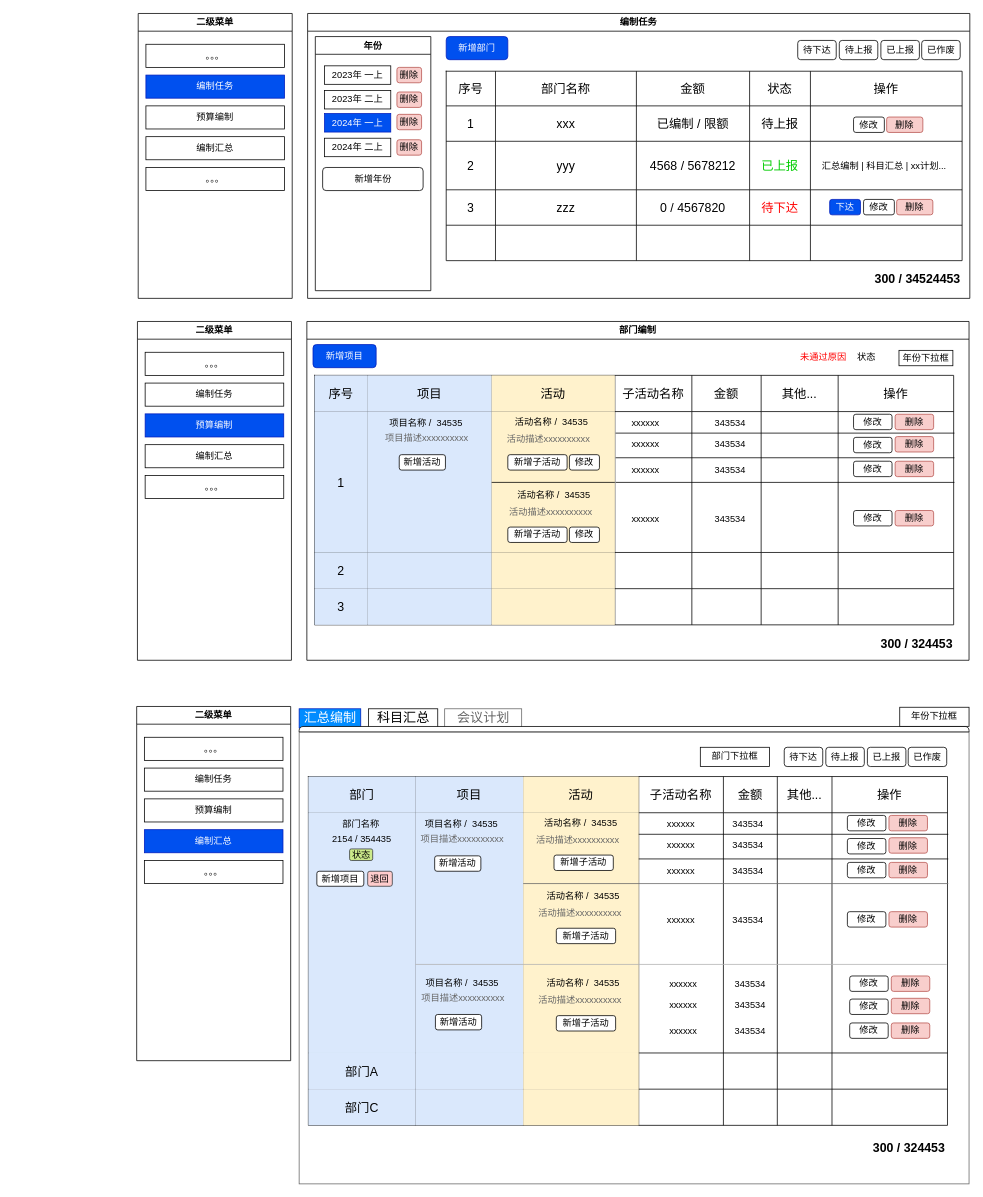
bxjg1987/abpGeneralModules keeps this draw.io diagram as 编制财务.drawio. Above is the earlier version. Source tidied: cells renumbered, new cells numbered last; positions are measured from the earlier drawing's top-left corner, leaving out a move shared by most shapes. Both pictures are drawn from the tidied source at 77%, with x=0, y=0 at pixel (136, 13).
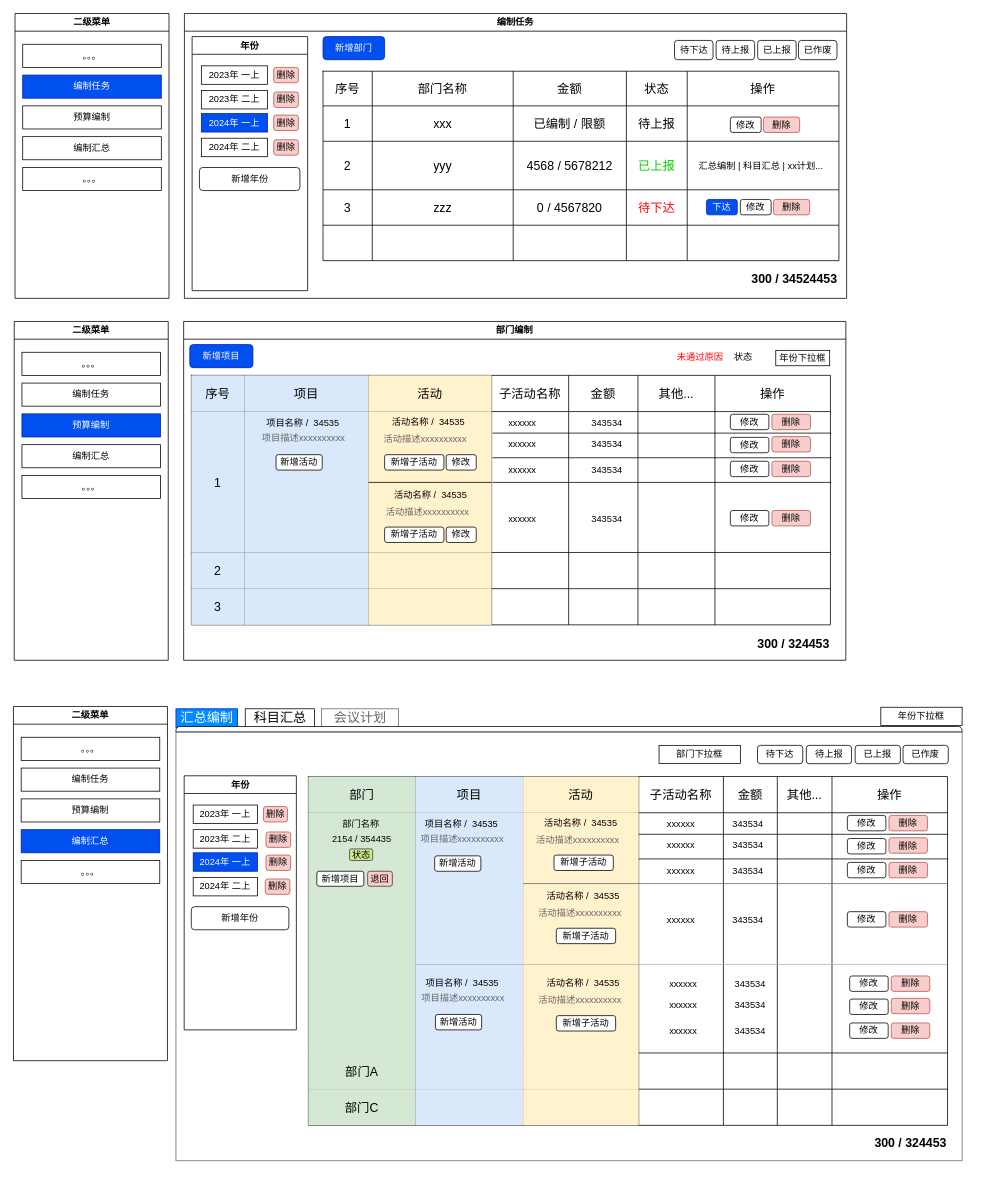
Above is the later version.

Commit message (it also covers changes not shown here):
更新编制财务.drawio

Unchanged cells that the change refers to:
```xml
<mxCell id="39" value="年份" style="swimlane;whiteSpace=wrap;html=1;" parent="2" vertex="1">
  <mxGeometry x="10" y="30" width="150" height="330" as="geometry" />
</mxCell>
<mxCell id="157" style="shape=tableRow;horizontal=0;startSize=0;swimlaneHead=0;swimlaneBody=0;strokeColor=inherit;top=0;left=0;bottom=0;right=0;fillColor=none;fontSize=16;" parent="156" vertex="1">
  <mxGeometry width="830" height="47" as="geometry" />
</mxCell>
<mxCell id="165" style="shape=tableRow;horizontal=0;startSize=0;swimlaneHead=0;swimlaneBody=0;strokeColor=inherit;top=0;left=0;bottom=0;right=0;fillColor=none;fontSize=16;" parent="156" vertex="1">
  <mxGeometry y="47" width="830" height="312" as="geometry" />
</mxCell>
<mxCell id="173" style="shape=tableRow;horizontal=0;startSize=0;swimlaneHead=0;swimlaneBody=0;strokeColor=inherit;top=0;left=0;bottom=0;right=0;fillColor=none;fontSize=16;" parent="156" vertex="1">
  <mxGeometry y="359" width="830" height="47" as="geometry" />
</mxCell>
<mxCell id="181" style="shape=tableRow;horizontal=0;startSize=0;swimlaneHead=0;swimlaneBody=0;strokeColor=inherit;top=0;left=0;bottom=0;right=0;fillColor=none;fontSize=16;" parent="156" vertex="1">
  <mxGeometry y="406" width="830" height="47" as="geometry" />
</mxCell>
```

Diff of the diagram source:
```diff
@@
     <mxCell id="2" value="编制任务" style="swimlane;whiteSpace=wrap;html=1;" parent="1" vertex="1">
-      <mxGeometry x="222" width="860" height="370" as="geometry" />
+      <mxGeometry x="62" width="860" height="370" as="geometry" />
     </mxCell>
@@
+    <mxCell id="153" value="删除" style="rounded=1;whiteSpace=wrap;html=1;fillColor=#f8cecc;strokeColor=#b85450;" parent="39" vertex="1">
+      <mxGeometry x="106" y="72" width="32" height="20" as="geometry" />
+    </mxCell>
+    <mxCell id="154" value="删除" style="rounded=1;whiteSpace=wrap;html=1;fillColor=#f8cecc;strokeColor=#b85450;" parent="39" vertex="1">
+      <mxGeometry x="106" y="102" width="32" height="20" as="geometry" />
+    </mxCell>
@@
     <mxCell id="53" value="二级菜单" style="swimlane;whiteSpace=wrap;html=1;" parent="1" vertex="1">
-      <mxGeometry x="2" width="200" height="370" as="geometry" />
+      <mxGeometry x="-158" width="200" height="370" as="geometry" />
     </mxCell>
@@
     <mxCell id="59" value="部门编制" style="swimlane;whiteSpace=wrap;html=1;startSize=23;" parent="1" vertex="1">
-      <mxGeometry x="221" y="400" width="860" height="440" as="geometry" />
+      <mxGeometry x="61" y="400" width="860" height="440" as="geometry" />
     </mxCell>
@@
     <mxCell id="109" value="二级菜单" style="swimlane;whiteSpace=wrap;html=1;" parent="1" vertex="1">
-      <mxGeometry x="1" y="400" width="200" height="440" as="geometry" />
+      <mxGeometry x="-159" y="400" width="200" height="440" as="geometry" />
     </mxCell>
@@
     <mxCell id="115" value="活动名称 /&amp;nbsp; 34535" style="text;html=1;align=center;verticalAlign=middle;whiteSpace=wrap;rounded=0;" parent="1" vertex="1">
-      <mxGeometry x="474" y="521" width="130" height="19" as="geometry" />
+      <mxGeometry x="314" y="521" width="130" height="19" as="geometry" />
     </mxCell>
     <mxCell id="116" value="项目描述xxxxxxxxxx" style="text;html=1;align=center;verticalAlign=middle;whiteSpace=wrap;rounded=0;fontColor=#666666;" parent="1" vertex="1">
-      <mxGeometry x="312" y="543" width="130" height="17" as="geometry" />
+      <mxGeometry x="152" y="543" width="130" height="17" as="geometry" />
     </mxCell>
     <mxCell id="117" value="活动描述xxxxxxxxxx" style="text;html=1;align=center;verticalAlign=middle;whiteSpace=wrap;rounded=0;fontColor=#666666;" parent="1" vertex="1">
-      <mxGeometry x="470" y="544" width="130" height="17" as="geometry" />
+      <mxGeometry x="310" y="544" width="130" height="17" as="geometry" />
     </mxCell>
     <mxCell id="118" value="活动名称 /&amp;nbsp; 34535" style="text;html=1;align=center;verticalAlign=middle;whiteSpace=wrap;rounded=0;" parent="1" vertex="1">
-      <mxGeometry x="477" y="616" width="130" height="19" as="geometry" />
+      <mxGeometry x="317" y="616" width="130" height="19" as="geometry" />
     </mxCell>
     <mxCell id="119" value="活动描述xxxxxxxxxx" style="text;html=1;align=center;verticalAlign=middle;whiteSpace=wrap;rounded=0;fontColor=#666666;" parent="1" vertex="1">
-      <mxGeometry x="473" y="639" width="130" height="17" as="geometry" />
+      <mxGeometry x="313" y="639" width="130" height="17" as="geometry" />
     </mxCell>
     <mxCell id="120" style="line;strokeWidth=1;html=1;" parent="1" vertex="1">
-      <mxGeometry x="622" y="572" width="440" height="10" as="geometry" />
+      <mxGeometry x="462" y="572" width="440" height="10" as="geometry" />
     </mxCell>
     <mxCell id="121" style="line;strokeWidth=1;html=1;" parent="1" vertex="1">
-      <mxGeometry x="622" y="604" width="440" height="10" as="geometry" />
+      <mxGeometry x="462" y="604" width="440" height="10" as="geometry" />
     </mxCell>
     <mxCell id="122" value="删除" style="rounded=1;whiteSpace=wrap;html=1;fillColor=#f8cecc;strokeColor=#b85450;" parent="1" vertex="1">
-      <mxGeometry x="985" y="520.5" width="50" height="20" as="geometry" />
+      <mxGeometry x="825" y="520.5" width="50" height="20" as="geometry" />
     </mxCell>
     <mxCell id="123" value="xxxxxx" style="text;html=1;align=center;verticalAlign=middle;whiteSpace=wrap;rounded=0;" parent="1" vertex="1">
-      <mxGeometry x="631" y="543.5" width="60" height="30" as="geometry" />
+      <mxGeometry x="471" y="543.5" width="60" height="30" as="geometry" />
     </mxCell>
     <mxCell id="124" value="343534" style="text;html=1;align=center;verticalAlign=middle;whiteSpace=wrap;rounded=0;" parent="1" vertex="1">
-      <mxGeometry x="741" y="543.5" width="60" height="30" as="geometry" />
+      <mxGeometry x="581" y="543.5" width="60" height="30" as="geometry" />
     </mxCell>
     <mxCell id="125" value="修改" style="rounded=1;whiteSpace=wrap;html=1;" parent="1" vertex="1">
-      <mxGeometry x="931" y="550.5" width="50" height="20" as="geometry" />
+      <mxGeometry x="771" y="550.5" width="50" height="20" as="geometry" />
     </mxCell>
     <mxCell id="126" value="删除" style="rounded=1;whiteSpace=wrap;html=1;fillColor=#f8cecc;strokeColor=#b85450;" parent="1" vertex="1">
-      <mxGeometry x="985" y="549.5" width="50" height="20" as="geometry" />
+      <mxGeometry x="825" y="549.5" width="50" height="20" as="geometry" />
     </mxCell>
     <mxCell id="127" value="xxxxxx" style="text;html=1;align=center;verticalAlign=middle;whiteSpace=wrap;rounded=0;" parent="1" vertex="1">
-      <mxGeometry x="631" y="577.5" width="60" height="30" as="geometry" />
+      <mxGeometry x="471" y="577.5" width="60" height="30" as="geometry" />
     </mxCell>
     <mxCell id="128" value="343534" style="text;html=1;align=center;verticalAlign=middle;whiteSpace=wrap;rounded=0;" parent="1" vertex="1">
-      <mxGeometry x="741" y="577.5" width="60" height="30" as="geometry" />
+      <mxGeometry x="581" y="577.5" width="60" height="30" as="geometry" />
     </mxCell>
     <mxCell id="129" value="修改" style="rounded=1;whiteSpace=wrap;html=1;" parent="1" vertex="1">
-      <mxGeometry x="931" y="581.5" width="50" height="20" as="geometry" />
+      <mxGeometry x="771" y="581.5" width="50" height="20" as="geometry" />
     </mxCell>
     <mxCell id="130" value="删除" style="rounded=1;whiteSpace=wrap;html=1;fillColor=#f8cecc;strokeColor=#b85450;" parent="1" vertex="1">
-      <mxGeometry x="985" y="581.5" width="50" height="20" as="geometry" />
+      <mxGeometry x="825" y="581.5" width="50" height="20" as="geometry" />
     </mxCell>
     <mxCell id="131" value="xxxxxx" style="text;html=1;align=center;verticalAlign=middle;whiteSpace=wrap;rounded=0;" parent="1" vertex="1">
-      <mxGeometry x="631" y="641.5" width="60" height="30" as="geometry" />
+      <mxGeometry x="471" y="641.5" width="60" height="30" as="geometry" />
     </mxCell>
     <mxCell id="132" value="343534" style="text;html=1;align=center;verticalAlign=middle;whiteSpace=wrap;rounded=0;" parent="1" vertex="1">
-      <mxGeometry x="741" y="641.5" width="60" height="30" as="geometry" />
+      <mxGeometry x="581" y="641.5" width="60" height="30" as="geometry" />
     </mxCell>
     <mxCell id="133" value="修改" style="rounded=1;whiteSpace=wrap;html=1;" parent="1" vertex="1">
-      <mxGeometry x="931" y="645.5" width="50" height="20" as="geometry" />
+      <mxGeometry x="771" y="645.5" width="50" height="20" as="geometry" />
     </mxCell>
     <mxCell id="134" value="删除" style="rounded=1;whiteSpace=wrap;html=1;fillColor=#f8cecc;strokeColor=#b85450;" parent="1" vertex="1">
-      <mxGeometry x="985" y="645.5" width="50" height="20" as="geometry" />
+      <mxGeometry x="825" y="645.5" width="50" height="20" as="geometry" />
     </mxCell>
     <mxCell id="135" value="二级菜单" style="swimlane;whiteSpace=wrap;html=1;" parent="1" vertex="1">
-      <mxGeometry y="900" width="200" height="460" as="geometry" />
+      <mxGeometry x="-160" y="900" width="200" height="460" as="geometry" />
     </mxCell>
@@
     <mxCell id="141" style="strokeWidth=1;shadow=0;dashed=0;align=center;html=1;shape=mxgraph.mockup.containers.marginRect2;rectMarginTop=32;strokeColor=#666666;gradientColor=none;whiteSpace=wrap;" parent="1" vertex="1">
-      <mxGeometry x="211" y="901" width="870" height="619" as="geometry" />
+      <mxGeometry x="51" y="901" width="1021" height="589" as="geometry" />
     </mxCell>
@@
     <mxCell id="145" style="strokeWidth=1;shadow=0;dashed=0;align=center;html=1;shape=mxgraph.mockup.containers.topButton;rSize=5;" parent="141" vertex="1">
-      <mxGeometry width="870" height="7" relative="1" as="geometry">
+      <mxGeometry width="1021" height="7" relative="1" as="geometry">
         <mxPoint y="25" as="offset" />
       </mxGeometry>
     </mxCell>
     <mxCell id="146" value="年份下拉框" style="rounded=0;whiteSpace=wrap;html=1;" parent="141" vertex="1">
-      <mxGeometry x="780" width="90" height="24.8" as="geometry" />
+      <mxGeometry x="915.4" width="105.6" height="23.6" as="geometry" />
     </mxCell>
     <mxCell id="147" value="300 / 324453" style="text;html=1;align=right;verticalAlign=middle;whiteSpace=wrap;rounded=0;fontStyle=1;fontSize=16;" parent="141" vertex="1">
-      <mxGeometry x="731" y="557" width="110" height="30" as="geometry" />
+      <mxGeometry x="874.2" y="550.8" width="129.1" height="28.5" as="geometry" />
     </mxCell>
     <mxCell id="148" value="待下达" style="rounded=1;whiteSpace=wrap;html=1;" parent="141" vertex="1">
-      <mxGeometry x="630" y="52" width="50" height="25" as="geometry" />
+      <mxGeometry x="755.3" y="49.5" width="58.7" height="23.8" as="geometry" />
     </mxCell>
     <mxCell id="149" value="已上报" style="rounded=1;whiteSpace=wrap;html=1;" parent="141" vertex="1">
-      <mxGeometry x="738" y="52" width="50" height="25" as="geometry" />
+      <mxGeometry x="882.1" y="49.5" width="58.7" height="23.8" as="geometry" />
     </mxCell>
     <mxCell id="150" value="已作废" style="rounded=1;whiteSpace=wrap;html=1;" parent="141" vertex="1">
-      <mxGeometry x="791" y="52" width="50" height="25" as="geometry" />
+      <mxGeometry x="944.3" y="49.5" width="58.7" height="23.8" as="geometry" />
     </mxCell>
     <mxCell id="151" value="待上报" style="rounded=1;whiteSpace=wrap;html=1;" parent="141" vertex="1">
-      <mxGeometry x="684" y="52" width="50" height="25" as="geometry" />
+      <mxGeometry x="818.7" y="49.5" width="58.7" height="23.8" as="geometry" />
     </mxCell>
     <mxCell id="152" value="部门下拉框" style="rounded=0;whiteSpace=wrap;html=1;" parent="141" vertex="1">
-      <mxGeometry x="521" y="52" width="90" height="24.8" as="geometry" />
+      <mxGeometry x="627.4" y="49.5" width="105.6" height="23.6" as="geometry" />
     </mxCell>
-    <mxCell id="153" value="删除" style="rounded=1;whiteSpace=wrap;html=1;fillColor=#f8cecc;strokeColor=#b85450;" parent="1" vertex="1">
-      <mxGeometry x="338" y="102" width="32" height="20" as="geometry" />
-    </mxCell>
-    <mxCell id="154" value="删除" style="rounded=1;whiteSpace=wrap;html=1;fillColor=#f8cecc;strokeColor=#b85450;" parent="1" vertex="1">
-      <mxGeometry x="338" y="131" width="32" height="20" as="geometry" />
-    </mxCell>
+    <mxCell id="241" value="年份" style="swimlane;whiteSpace=wrap;html=1;" parent="141" vertex="1">
+      <mxGeometry x="10.7" y="89" width="145.7" height="330" as="geometry" />
+    </mxCell>
+    <mxCell id="242" value="2023年 二上" style="rounded=0;whiteSpace=wrap;html=1;" parent="241" vertex="1">
+      <mxGeometry x="11.7" y="70" width="83.5" height="24" as="geometry" />
+    </mxCell>
+    <mxCell id="243" value="新增年份" style="rounded=1;whiteSpace=wrap;html=1;" parent="241" vertex="1">
+      <mxGeometry x="9.2" y="170" width="126.8" height="30" as="geometry" />
+    </mxCell>
+    <mxCell id="244" value="2023年 一上" style="rounded=0;whiteSpace=wrap;html=1;" parent="241" vertex="1">
+      <mxGeometry x="11.7" y="38" width="83.5" height="24" as="geometry" />
+    </mxCell>
+    <mxCell id="245" value="2024年 二上" style="rounded=0;whiteSpace=wrap;html=1;" parent="241" vertex="1">
+      <mxGeometry x="11.7" y="132" width="83.5" height="24" as="geometry" />
+    </mxCell>
+    <mxCell id="246" value="2024年 一上" style="rounded=0;whiteSpace=wrap;html=1;fillColor=#0050ef;strokeColor=#001DBC;fontColor=#ffffff;" parent="241" vertex="1">
+      <mxGeometry x="11.7" y="100" width="83.5" height="24" as="geometry" />
+    </mxCell>
+    <mxCell id="247" value="删除" style="rounded=1;whiteSpace=wrap;html=1;fillColor=#f8cecc;strokeColor=#b85450;" parent="241" vertex="1">
+      <mxGeometry x="103" y="40" width="31.1" height="20" as="geometry" />
+    </mxCell>
     <mxCell id="155" value="删除" style="rounded=1;whiteSpace=wrap;html=1;fillColor=#f8cecc;strokeColor=#b85450;" parent="1" vertex="1">
-      <mxGeometry x="338" y="164" width="32" height="20" as="geometry" />
+      <mxGeometry x="178" y="164" width="32" height="20" as="geometry" />
     </mxCell>
@@
-    <mxCell id="158" value="部门" style="shape=partialRectangle;html=1;whiteSpace=wrap;strokeColor=#6c8ebf;overflow=hidden;fillColor=#dae8fc;top=0;left=0;bottom=0;right=0;fontSize=16;" parent="157" vertex="1">
+    <mxCell id="158" value="部门" style="shape=partialRectangle;html=1;whiteSpace=wrap;strokeColor=#82b366;overflow=hidden;fillColor=#d5e8d4;top=0;left=0;bottom=0;right=0;fontSize=16;" parent="157" vertex="1">
       <mxGeometry width="139" height="47" as="geometry" />
     </mxCell>
@@
-    <mxCell id="166" style="shape=partialRectangle;html=1;whiteSpace=wrap;strokeColor=#6c8ebf;overflow=hidden;fillColor=#dae8fc;top=0;left=0;bottom=0;right=0;fontSize=16;" parent="165" vertex="1">
+    <mxCell id="166" style="shape=partialRectangle;html=1;whiteSpace=wrap;strokeColor=#82b366;overflow=hidden;fillColor=#d5e8d4;top=0;left=0;bottom=0;right=0;fontSize=16;" parent="165" vertex="1">
       <mxGeometry width="139" height="312" as="geometry" />
     </mxCell>
@@
-    <mxCell id="174" value="部门A" style="shape=partialRectangle;html=1;whiteSpace=wrap;strokeColor=#6c8ebf;overflow=hidden;fillColor=#dae8fc;top=0;left=0;bottom=0;right=0;fontSize=16;" parent="173" vertex="1">
+    <mxCell id="174" value="部门A" style="shape=partialRectangle;html=1;whiteSpace=wrap;strokeColor=#82b366;overflow=hidden;fillColor=#d5e8d4;top=0;left=0;bottom=0;right=0;fontSize=16;" parent="173" vertex="1">
       <mxGeometry width="139" height="47" as="geometry" />
     </mxCell>
@@
-    <mxCell id="182" value="部门C" style="shape=partialRectangle;html=1;whiteSpace=wrap;strokeColor=#6c8ebf;overflow=hidden;fillColor=#dae8fc;top=0;left=0;bottom=0;right=0;fontSize=16;" parent="181" vertex="1">
+    <mxCell id="182" value="部门C" style="shape=partialRectangle;html=1;whiteSpace=wrap;strokeColor=#82b366;overflow=hidden;fillColor=#d5e8d4;top=0;left=0;bottom=0;right=0;fontSize=16;" parent="181" vertex="1">
       <mxGeometry width="139" height="47" as="geometry" />
     </mxCell>
@@
+    <mxCell id="248" value="删除" style="rounded=1;whiteSpace=wrap;html=1;fillColor=#f8cecc;strokeColor=#b85450;" parent="1" vertex="1">
+      <mxGeometry x="168" y="1063" width="32" height="20" as="geometry" />
+    </mxCell>
+    <mxCell id="249" value="删除" style="rounded=1;whiteSpace=wrap;html=1;fillColor=#f8cecc;strokeColor=#b85450;" parent="1" vertex="1">
+      <mxGeometry x="168" y="1093" width="32" height="20" as="geometry" />
+    </mxCell>
+    <mxCell id="250" value="删除" style="rounded=1;whiteSpace=wrap;html=1;fillColor=#f8cecc;strokeColor=#b85450;" parent="1" vertex="1">
+      <mxGeometry x="167" y="1124" width="32" height="20" as="geometry" />
+    </mxCell>
```
